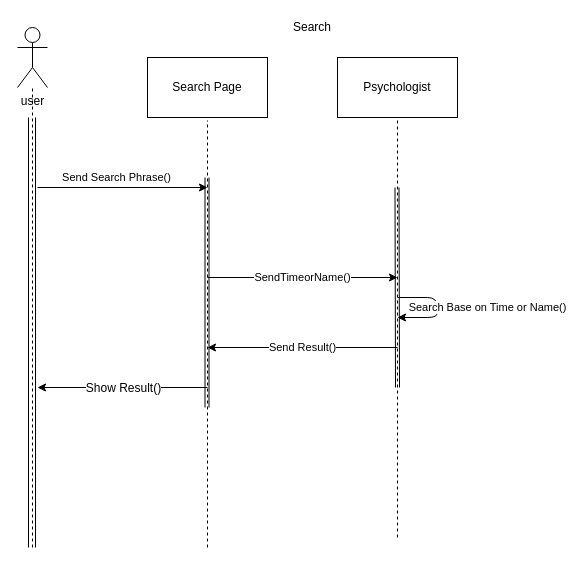
The draw.io diagram Sequence Diagram/SearchSD.drawio in mohammadamir98/Sama_sw1, before the edit. Source tidied: cells renumbered, new cells numbered last; positions are measured from the earlier drawing's top-left corner, leaving out a move shared by most shapes. Both pictures are drawn from the tidied source at 100%, with x=0, y=0 at pixel (17, 17).
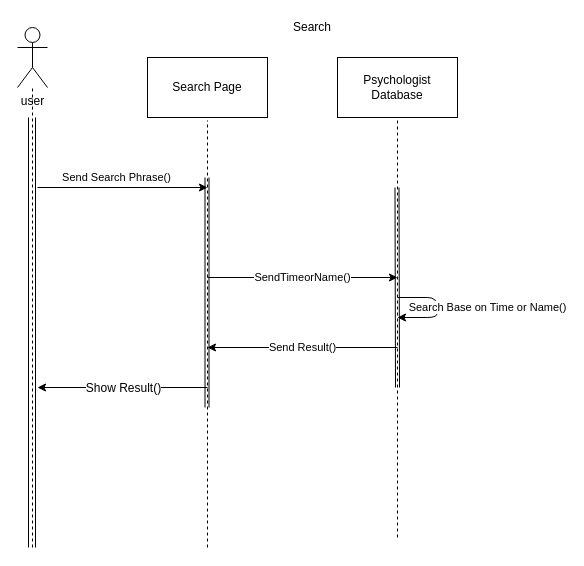
The same page after the edit.

Diff of the diagram source:
```diff
@@
-    <mxCell id="10" value="Psychologist" style="rounded=0;whiteSpace=wrap;html=1;" parent="1" vertex="1">
+    <mxCell id="10" value="Psychologist Database" style="rounded=0;whiteSpace=wrap;html=1;" parent="1" vertex="1">
       <mxGeometry x="320" y="40" width="120" height="60" as="geometry" />
     </mxCell>
```
